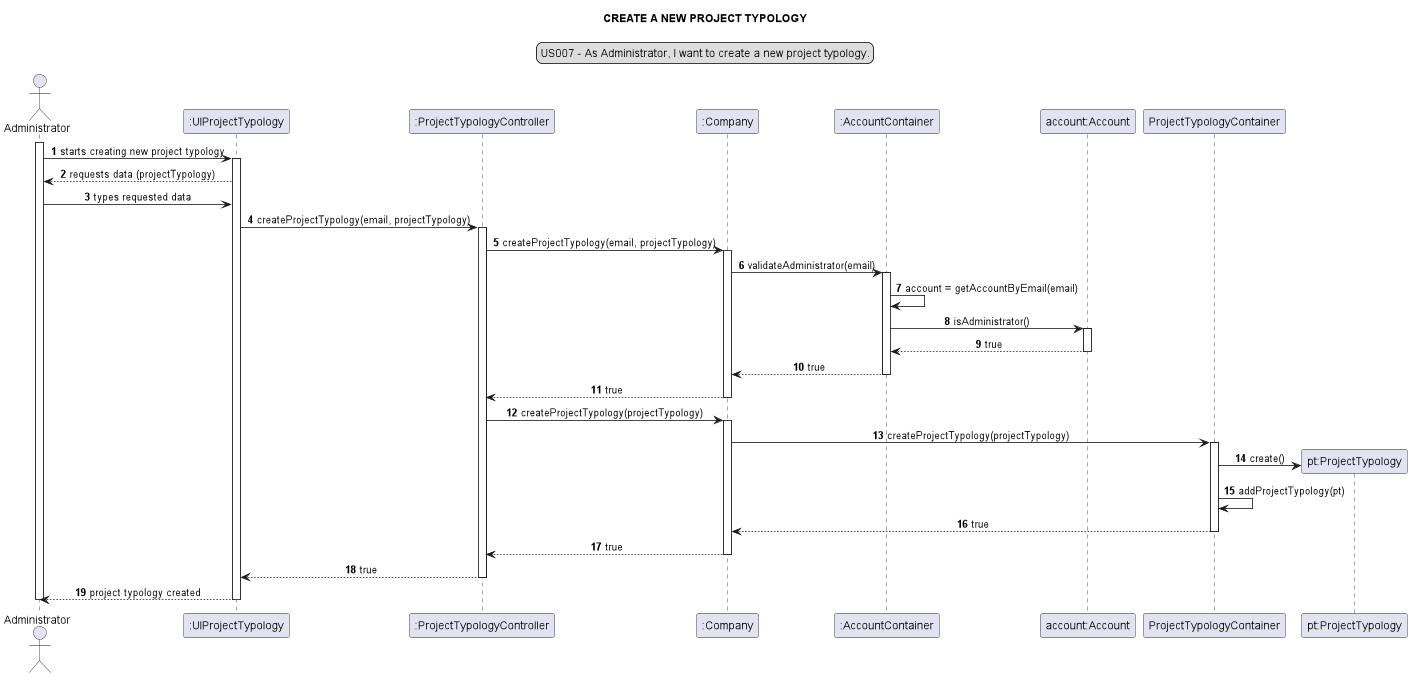
Earlier version of the PlantUML export docs/modelling_design/user_stories/sprint02/us007/US007_sequenceDiagram-CREATE_A_NEW_PROJECT_TYPOLOGY.png (Loracline/project_switch_22-23).
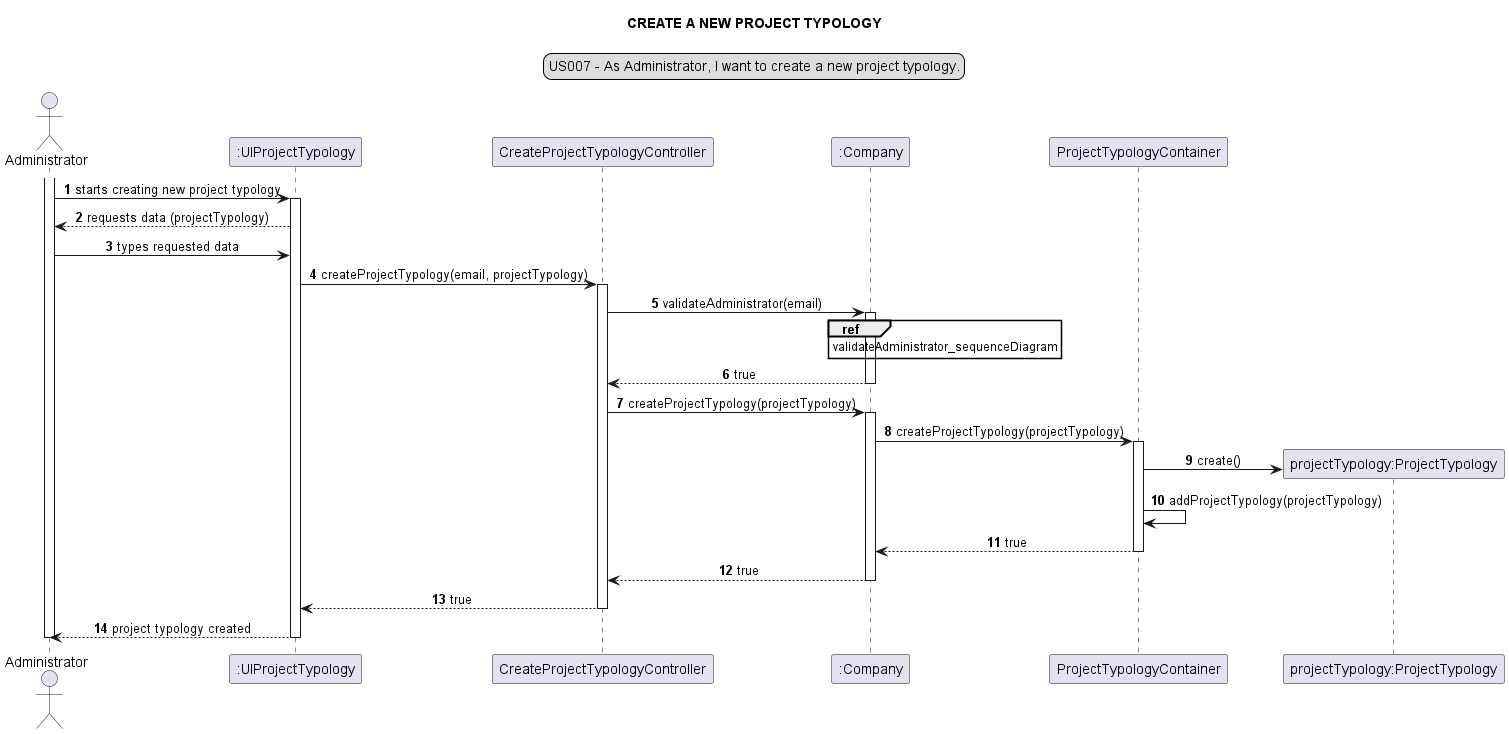
The same file after the commit.

Commit message:
US007: Development : update classes names  ProjectTypologyController to CreateProjectTypologyController and ProjectTypologyControllerTest to CreateProjectTypologyControllerTest. Update US007 SD and CD

Diff of the diagram source:
```diff
@@ -9,12 +9,10 @@
 
 actor Administrator as a
 participant ":UIProjectTypology" as ui
-participant ":ProjectTypologyController" as ct
+participant "CreateProjectTypologyController" as ct
 participant ":Company" as c
-participant ":AccountContainer" as acc
-participant "account:Account" as ac
 participant "ProjectTypologyContainer" as ptc
-participant "pt:ProjectTypology" as pty
+participant "projectTypology:ProjectTypology" as pty
 
 
 activate a
@@ -24,17 +22,9 @@
 a -> ui: types requested data
 ui -> ct: createProjectTypology(email, projectTypology)
 activate ct
-ct -> c: createProjectTypology(email, projectTypology)
+ct -> c: validateAdministrator(email)
 activate c
-c -> acc: validateAdministrator(email)
-activate acc
-acc -> acc: account = getAccountByEmail(email)
-acc -> ac: isAdministrator()
-activate ac
-ac --> acc: true
-deactivate ac
-acc --> c: true
-deactivate acc
+ref over c: validateAdministrator_sequenceDiagram
 c --> ct: true
 deactivate c
 ct -> c: createProjectTypology(projectTypology)
@@ -43,7 +33,7 @@
 activate ptc
 create pty
 ptc -> pty: create()
-ptc -> ptc: addProjectTypology(pt)
+ptc -> ptc: addProjectTypology(projectTypology)
 ptc --> c: true
 deactivate ptc
 c --> ct: true
```
